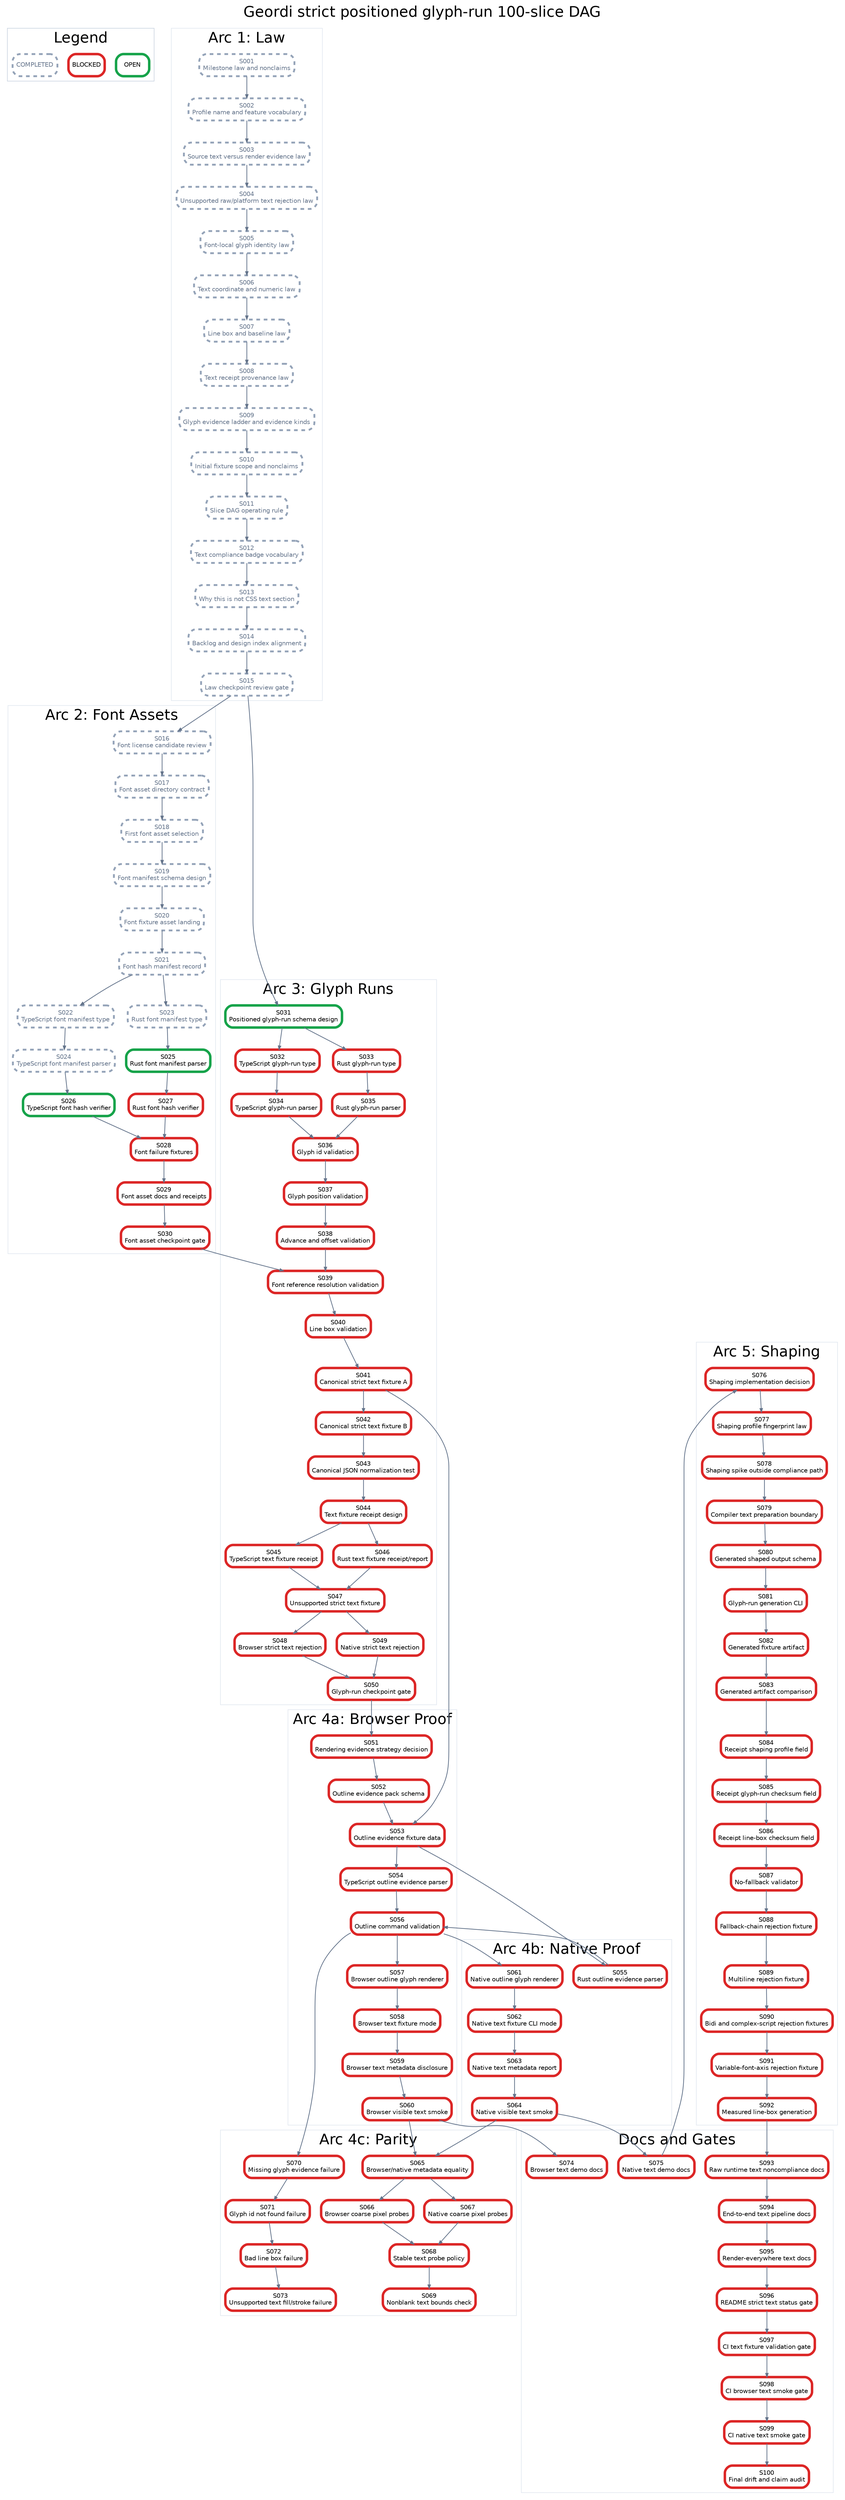
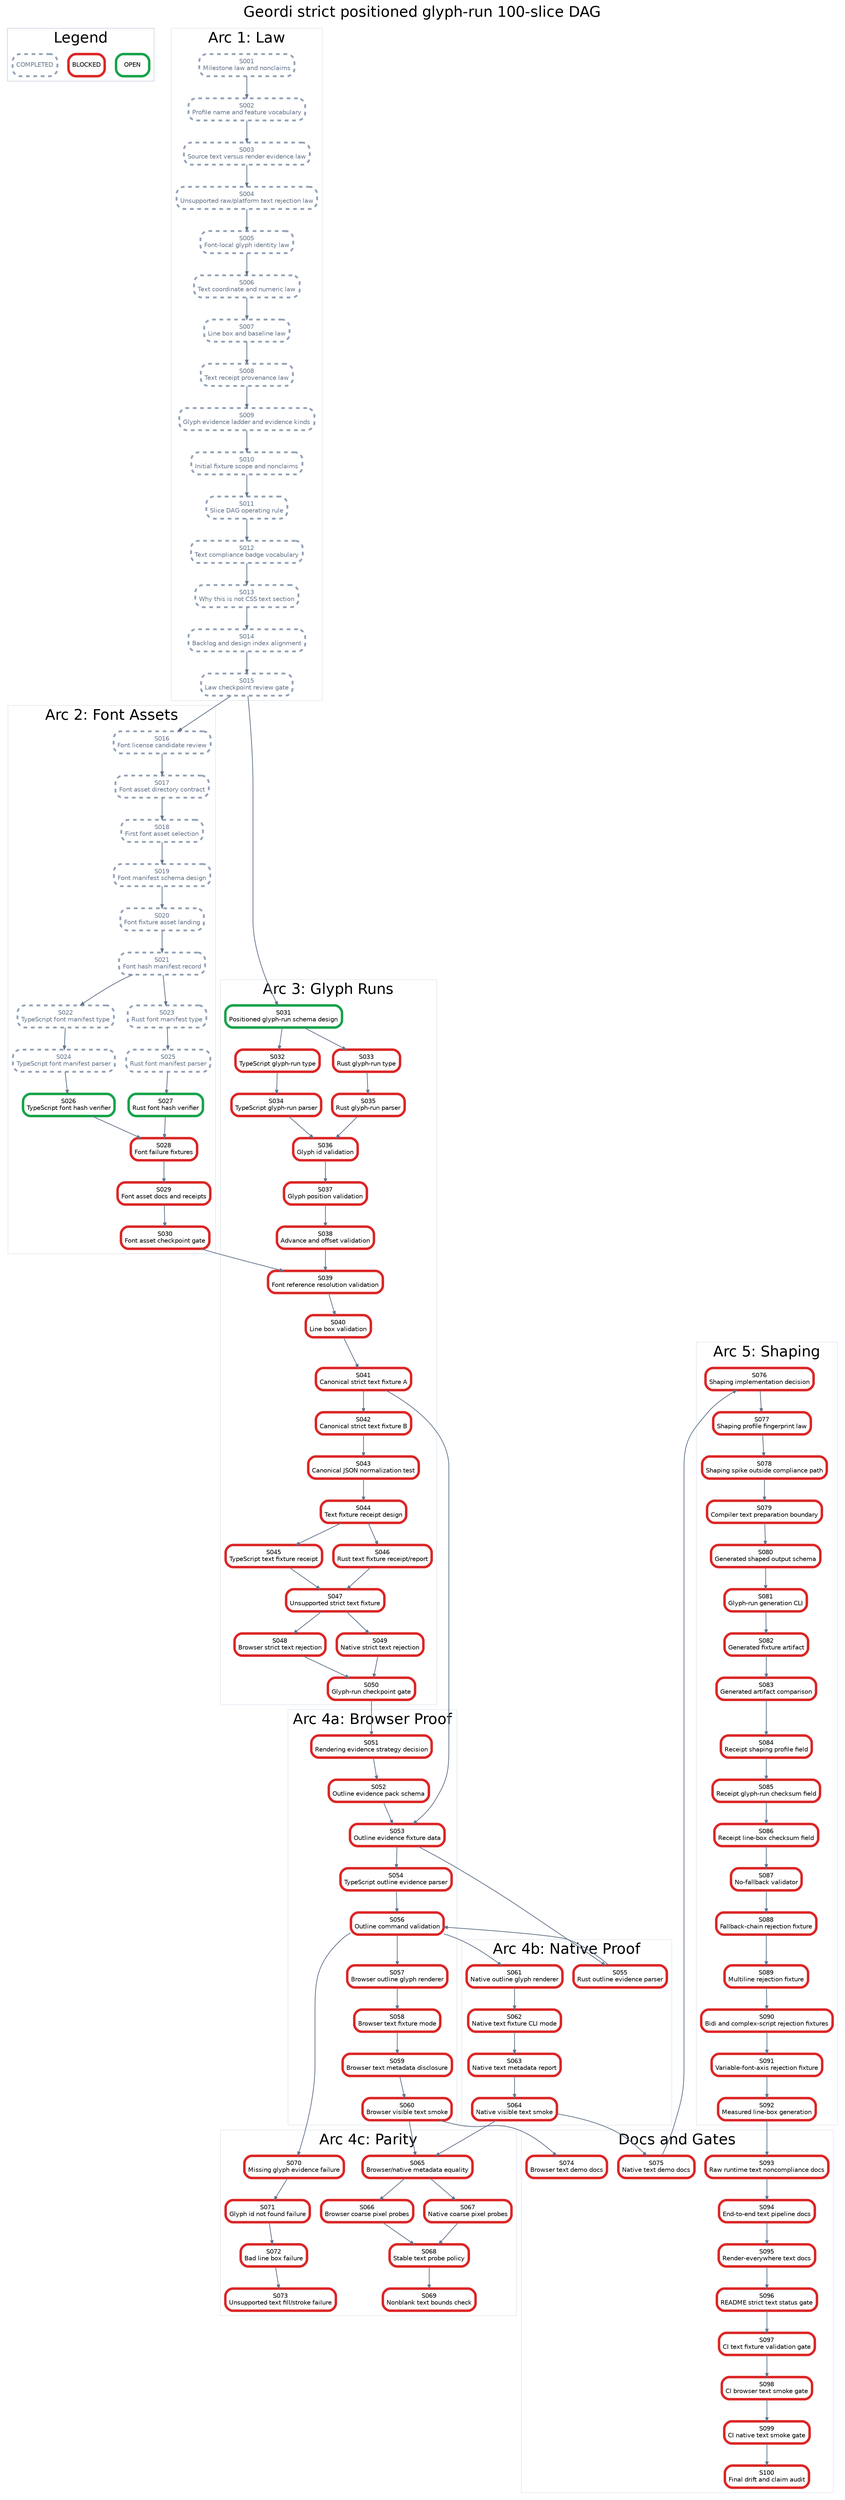
digraph StrictPositionedGlyphRunPlan {
  graph [rankdir=TB, bgcolor="white", fontname="Helvetica", label="Geordi strict positioned glyph-run 100-slice DAG", labelloc="t", fontsize=24];
  node [shape=box, style="rounded,filled", fillcolor="white", fontname="Helvetica", fontsize=10, margin="0.08,0.05"];
  edge [color="#64748b", arrowsize=0.6, penwidth=1.2];

  subgraph cluster_legend {
    label="Legend";
    color="#cbd5e1";
    legend_open [label="OPEN", color="#16a34a", penwidth=4];
    legend_blocked [label="BLOCKED", color="#dc2626", penwidth=4];
    legend_done [label="COMPLETED", color="#94a3b8", penwidth=3, style="rounded,filled,dashed", fontcolor="#64748b"];
  }

  subgraph cluster_law {
    label="Arc 1: Law";
    color="#e2e8f0";
    S001 [label="S001\nMilestone law and nonclaims", color="#94a3b8", penwidth=3, style="rounded,filled,dashed", fontcolor="#64748b"];
    S002 [label="S002\nProfile name and feature vocabulary", color="#94a3b8", penwidth=3, style="rounded,filled,dashed", fontcolor="#64748b"];
    S003 [label="S003\nSource text versus render evidence law", color="#94a3b8", penwidth=3, style="rounded,filled,dashed", fontcolor="#64748b"];
    S004 [label="S004\nUnsupported raw/platform text rejection law", color="#94a3b8", penwidth=3, style="rounded,filled,dashed", fontcolor="#64748b"];
    S005 [label="S005\nFont-local glyph identity law", color="#94a3b8", penwidth=3, style="rounded,filled,dashed", fontcolor="#64748b"];
    S006 [label="S006\nText coordinate and numeric law", color="#94a3b8", penwidth=3, style="rounded,filled,dashed", fontcolor="#64748b"];
    S007 [label="S007\nLine box and baseline law", color="#94a3b8", penwidth=3, style="rounded,filled,dashed", fontcolor="#64748b"];
    S008 [label="S008\nText receipt provenance law", color="#94a3b8", penwidth=3, style="rounded,filled,dashed", fontcolor="#64748b"];
    S009 [label="S009\nGlyph evidence ladder and evidence kinds", color="#94a3b8", penwidth=3, style="rounded,filled,dashed", fontcolor="#64748b"];
    S010 [label="S010\nInitial fixture scope and nonclaims", color="#94a3b8", penwidth=3, style="rounded,filled,dashed", fontcolor="#64748b"];
    S011 [label="S011\nSlice DAG operating rule", color="#94a3b8", penwidth=3, style="rounded,filled,dashed", fontcolor="#64748b"];
    S012 [label="S012\nText compliance badge vocabulary", color="#94a3b8", penwidth=3, style="rounded,filled,dashed", fontcolor="#64748b"];
    S013 [label="S013\nWhy this is not CSS text section", color="#94a3b8", penwidth=3, style="rounded,filled,dashed", fontcolor="#64748b"];
    S014 [label="S014\nBacklog and design index alignment", color="#94a3b8", penwidth=3, style="rounded,filled,dashed", fontcolor="#64748b"];
    S015 [label="S015\nLaw checkpoint review gate", color="#94a3b8", penwidth=3, style="rounded,filled,dashed", fontcolor="#64748b"];
  }

  subgraph cluster_assets {
    label="Arc 2: Font Assets";
    color="#e2e8f0";
    S016 [label="S016\nFont license candidate review", color="#94a3b8", penwidth=3, style="rounded,filled,dashed", fontcolor="#64748b"];
    S017 [label="S017\nFont asset directory contract", color="#94a3b8", penwidth=3, style="rounded,filled,dashed", fontcolor="#64748b"];
    S018 [label="S018\nFirst font asset selection", color="#94a3b8", penwidth=3, style="rounded,filled,dashed", fontcolor="#64748b"];
    S019 [label="S019\nFont manifest schema design", color="#94a3b8", penwidth=3, style="rounded,filled,dashed", fontcolor="#64748b"];
    S020 [label="S020\nFont fixture asset landing", color="#94a3b8", penwidth=3, style="rounded,filled,dashed", fontcolor="#64748b"];
    S021 [label="S021\nFont hash manifest record", color="#94a3b8", penwidth=3, style="rounded,filled,dashed", fontcolor="#64748b"];
    S022 [label="S022\nTypeScript font manifest type", color="#94a3b8", penwidth=3, style="rounded,filled,dashed", fontcolor="#64748b"];
    S023 [label="S023\nRust font manifest type", color="#94a3b8", penwidth=3, style="rounded,filled,dashed", fontcolor="#64748b"];
    S024 [label="S024\nTypeScript font manifest parser", color="#94a3b8", penwidth=3, style="rounded,filled,dashed", fontcolor="#64748b"];
-     S025 [label="S025\nRust font manifest parser", color="#16a34a", penwidth=4];
+     S025 [label="S025\nRust font manifest parser", color="#94a3b8", penwidth=3, style="rounded,filled,dashed", fontcolor="#64748b"];
    S026 [label="S026\nTypeScript font hash verifier", color="#16a34a", penwidth=4];
-     S027 [label="S027\nRust font hash verifier", color="#dc2626", penwidth=4];
+     S027 [label="S027\nRust font hash verifier", color="#16a34a", penwidth=4];
    S028 [label="S028\nFont failure fixtures", color="#dc2626", penwidth=4];
    S029 [label="S029\nFont asset docs and receipts", color="#dc2626", penwidth=4];
    S030 [label="S030\nFont asset checkpoint gate", color="#dc2626", penwidth=4];
  }

  subgraph cluster_glyph {
    label="Arc 3: Glyph Runs";
    color="#e2e8f0";
    S031 [label="S031\nPositioned glyph-run schema design", color="#16a34a", penwidth=4];
    S032 [label="S032\nTypeScript glyph-run type", color="#dc2626", penwidth=4];
    S033 [label="S033\nRust glyph-run type", color="#dc2626", penwidth=4];
    S034 [label="S034\nTypeScript glyph-run parser", color="#dc2626", penwidth=4];
    S035 [label="S035\nRust glyph-run parser", color="#dc2626", penwidth=4];
    S036 [label="S036\nGlyph id validation", color="#dc2626", penwidth=4];
    S037 [label="S037\nGlyph position validation", color="#dc2626", penwidth=4];
    S038 [label="S038\nAdvance and offset validation", color="#dc2626", penwidth=4];
    S039 [label="S039\nFont reference resolution validation", color="#dc2626", penwidth=4];
    S040 [label="S040\nLine box validation", color="#dc2626", penwidth=4];
    S041 [label="S041\nCanonical strict text fixture A", color="#dc2626", penwidth=4];
    S042 [label="S042\nCanonical strict text fixture B", color="#dc2626", penwidth=4];
    S043 [label="S043\nCanonical JSON normalization test", color="#dc2626", penwidth=4];
    S044 [label="S044\nText fixture receipt design", color="#dc2626", penwidth=4];
    S045 [label="S045\nTypeScript text fixture receipt", color="#dc2626", penwidth=4];
    S046 [label="S046\nRust text fixture receipt/report", color="#dc2626", penwidth=4];
    S047 [label="S047\nUnsupported strict text fixture", color="#dc2626", penwidth=4];
    S048 [label="S048\nBrowser strict text rejection", color="#dc2626", penwidth=4];
    S049 [label="S049\nNative strict text rejection", color="#dc2626", penwidth=4];
    S050 [label="S050\nGlyph-run checkpoint gate", color="#dc2626", penwidth=4];
  }

  subgraph cluster_browser {
    label="Arc 4a: Browser Proof";
    color="#e2e8f0";
    S051 [label="S051\nRendering evidence strategy decision", color="#dc2626", penwidth=4];
    S052 [label="S052\nOutline evidence pack schema", color="#dc2626", penwidth=4];
    S053 [label="S053\nOutline evidence fixture data", color="#dc2626", penwidth=4];
    S054 [label="S054\nTypeScript outline evidence parser", color="#dc2626", penwidth=4];
    S056 [label="S056\nOutline command validation", color="#dc2626", penwidth=4];
    S057 [label="S057\nBrowser outline glyph renderer", color="#dc2626", penwidth=4];
    S058 [label="S058\nBrowser text fixture mode", color="#dc2626", penwidth=4];
    S059 [label="S059\nBrowser text metadata disclosure", color="#dc2626", penwidth=4];
    S060 [label="S060\nBrowser visible text smoke", color="#dc2626", penwidth=4];
  }

  subgraph cluster_native {
    label="Arc 4b: Native Proof";
    color="#e2e8f0";
    S055 [label="S055\nRust outline evidence parser", color="#dc2626", penwidth=4];
    S061 [label="S061\nNative outline glyph renderer", color="#dc2626", penwidth=4];
    S062 [label="S062\nNative text fixture CLI mode", color="#dc2626", penwidth=4];
    S063 [label="S063\nNative text metadata report", color="#dc2626", penwidth=4];
    S064 [label="S064\nNative visible text smoke", color="#dc2626", penwidth=4];
  }

  subgraph cluster_parity {
    label="Arc 4c: Parity";
    color="#e2e8f0";
    S065 [label="S065\nBrowser/native metadata equality", color="#dc2626", penwidth=4];
    S066 [label="S066\nBrowser coarse pixel probes", color="#dc2626", penwidth=4];
    S067 [label="S067\nNative coarse pixel probes", color="#dc2626", penwidth=4];
    S068 [label="S068\nStable text probe policy", color="#dc2626", penwidth=4];
    S069 [label="S069\nNonblank text bounds check", color="#dc2626", penwidth=4];
    S070 [label="S070\nMissing glyph evidence failure", color="#dc2626", penwidth=4];
    S071 [label="S071\nGlyph id not found failure", color="#dc2626", penwidth=4];
    S072 [label="S072\nBad line box failure", color="#dc2626", penwidth=4];
    S073 [label="S073\nUnsupported text fill/stroke failure", color="#dc2626", penwidth=4];
  }

  subgraph cluster_shaping {
    label="Arc 5: Shaping";
    color="#e2e8f0";
    S076 [label="S076\nShaping implementation decision", color="#dc2626", penwidth=4];
    S077 [label="S077\nShaping profile fingerprint law", color="#dc2626", penwidth=4];
    S078 [label="S078\nShaping spike outside compliance path", color="#dc2626", penwidth=4];
    S079 [label="S079\nCompiler text preparation boundary", color="#dc2626", penwidth=4];
    S080 [label="S080\nGenerated shaped output schema", color="#dc2626", penwidth=4];
    S081 [label="S081\nGlyph-run generation CLI", color="#dc2626", penwidth=4];
    S082 [label="S082\nGenerated fixture artifact", color="#dc2626", penwidth=4];
    S083 [label="S083\nGenerated artifact comparison", color="#dc2626", penwidth=4];
    S084 [label="S084\nReceipt shaping profile field", color="#dc2626", penwidth=4];
    S085 [label="S085\nReceipt glyph-run checksum field", color="#dc2626", penwidth=4];
    S086 [label="S086\nReceipt line-box checksum field", color="#dc2626", penwidth=4];
    S087 [label="S087\nNo-fallback validator", color="#dc2626", penwidth=4];
    S088 [label="S088\nFallback-chain rejection fixture", color="#dc2626", penwidth=4];
    S089 [label="S089\nMultiline rejection fixture", color="#dc2626", penwidth=4];
    S090 [label="S090\nBidi and complex-script rejection fixtures", color="#dc2626", penwidth=4];
    S091 [label="S091\nVariable-font-axis rejection fixture", color="#dc2626", penwidth=4];
    S092 [label="S092\nMeasured line-box generation", color="#dc2626", penwidth=4];
  }

  subgraph cluster_docs {
    label="Docs and Gates";
    color="#e2e8f0";
    S074 [label="S074\nBrowser text demo docs", color="#dc2626", penwidth=4];
    S075 [label="S075\nNative text demo docs", color="#dc2626", penwidth=4];
    S093 [label="S093\nRaw runtime text noncompliance docs", color="#dc2626", penwidth=4];
    S094 [label="S094\nEnd-to-end text pipeline docs", color="#dc2626", penwidth=4];
    S095 [label="S095\nRender-everywhere text docs", color="#dc2626", penwidth=4];
    S096 [label="S096\nREADME strict text status gate", color="#dc2626", penwidth=4];
    S097 [label="S097\nCI text fixture validation gate", color="#dc2626", penwidth=4];
    S098 [label="S098\nCI browser text smoke gate", color="#dc2626", penwidth=4];
    S099 [label="S099\nCI native text smoke gate", color="#dc2626", penwidth=4];
    S100 [label="S100\nFinal drift and claim audit", color="#dc2626", penwidth=4];
  }

  S001 -> S002;
  S002 -> S003;
  S003 -> S004;
  S004 -> S005;
  S005 -> S006;
  S006 -> S007;
  S007 -> S008;
  S008 -> S009;
  S009 -> S010;
  S010 -> S011;
  S011 -> S012;
  S012 -> S013;
  S013 -> S014;
  S014 -> S015;
  S015 -> S016;
  S016 -> S017;
  S017 -> S018;
  S018 -> S019;
  S019 -> S020;
  S020 -> S021;
  S021 -> S022;
  S021 -> S023;
  S022 -> S024;
  S023 -> S025;
  S024 -> S026;
  S025 -> S027;
  S026 -> S028;
  S027 -> S028;
  S028 -> S029;
  S029 -> S030;
  S015 -> S031;
  S031 -> S032;
  S031 -> S033;
  S032 -> S034;
  S033 -> S035;
  S034 -> S036;
  S035 -> S036;
  S036 -> S037;
  S037 -> S038;
  S038 -> S039;
  S039 -> S040;
  S030 -> S039;
  S040 -> S041;
  S041 -> S042;
  S042 -> S043;
  S043 -> S044;
  S044 -> S045;
  S044 -> S046;
  S045 -> S047;
  S046 -> S047;
  S047 -> S048;
  S047 -> S049;
  S048 -> S050;
  S049 -> S050;
  S050 -> S051;
  S051 -> S052;
  S052 -> S053;
  S041 -> S053;
  S053 -> S054;
  S053 -> S055;
  S054 -> S056;
  S055 -> S056;
  S056 -> S057;
  S057 -> S058;
  S058 -> S059;
  S059 -> S060;
  S056 -> S061;
  S061 -> S062;
  S062 -> S063;
  S063 -> S064;
  S060 -> S065;
  S064 -> S065;
  S065 -> S066;
  S065 -> S067;
  S066 -> S068;
  S067 -> S068;
  S068 -> S069;
  S056 -> S070;
  S070 -> S071;
  S071 -> S072;
  S072 -> S073;
  S060 -> S074;
  S064 -> S075;
  S075 -> S076;
  S076 -> S077;
  S077 -> S078;
  S078 -> S079;
  S079 -> S080;
  S080 -> S081;
  S081 -> S082;
  S082 -> S083;
  S083 -> S084;
  S084 -> S085;
  S085 -> S086;
  S086 -> S087;
  S087 -> S088;
  S088 -> S089;
  S089 -> S090;
  S090 -> S091;
  S091 -> S092;
  S092 -> S093;
  S093 -> S094;
  S094 -> S095;
  S095 -> S096;
  S096 -> S097;
  S097 -> S098;
  S098 -> S099;
  S099 -> S100;
}
